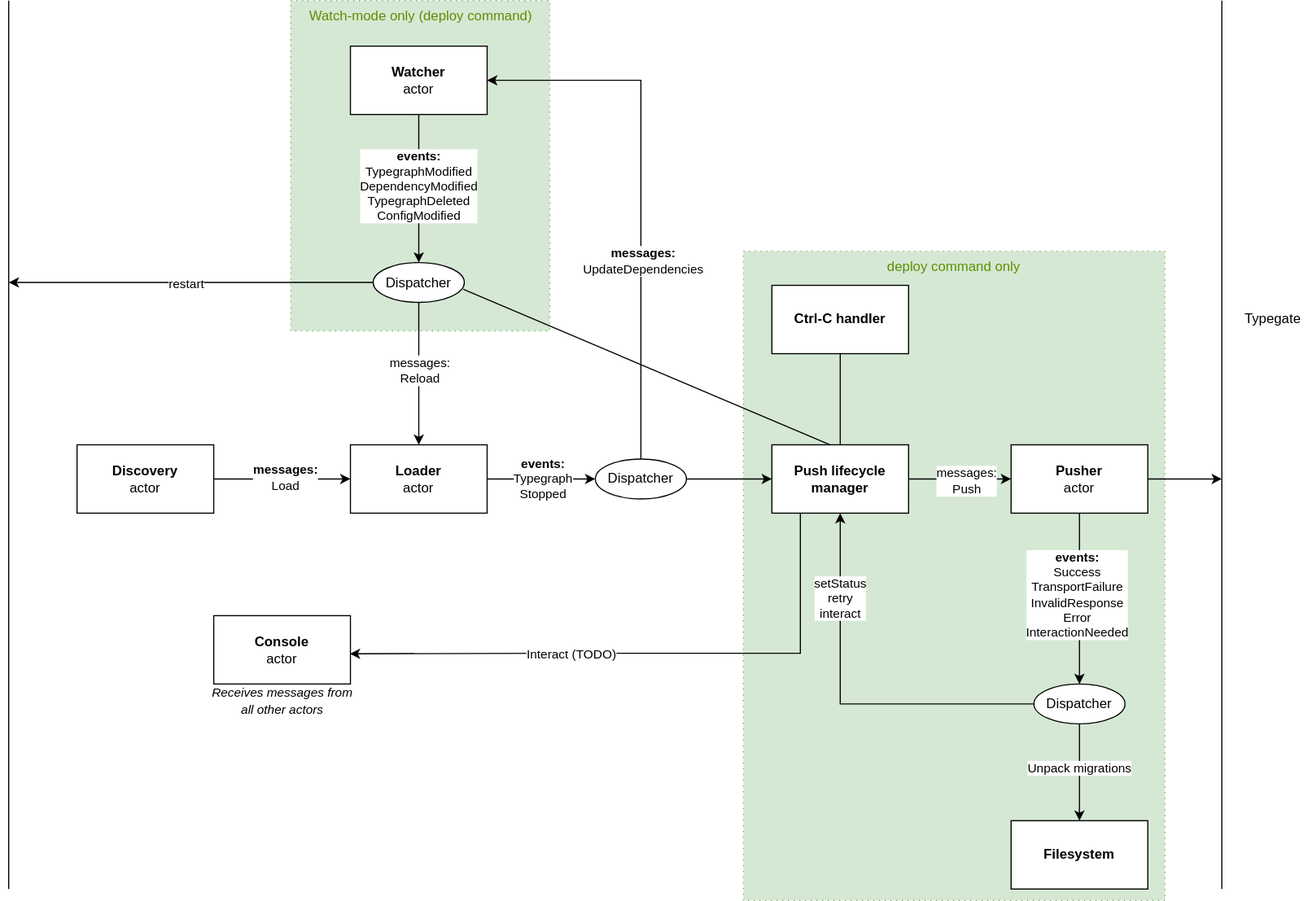
Earlier version of the draw.io export meta-cli/src/deploy/actor-model.drawio.svg (metatypedev/metatype). Source tidied: cells renumbered, new cells last; positions are measured from the earlier drawing's top-left corner, leaving out a move shared by most shapes.
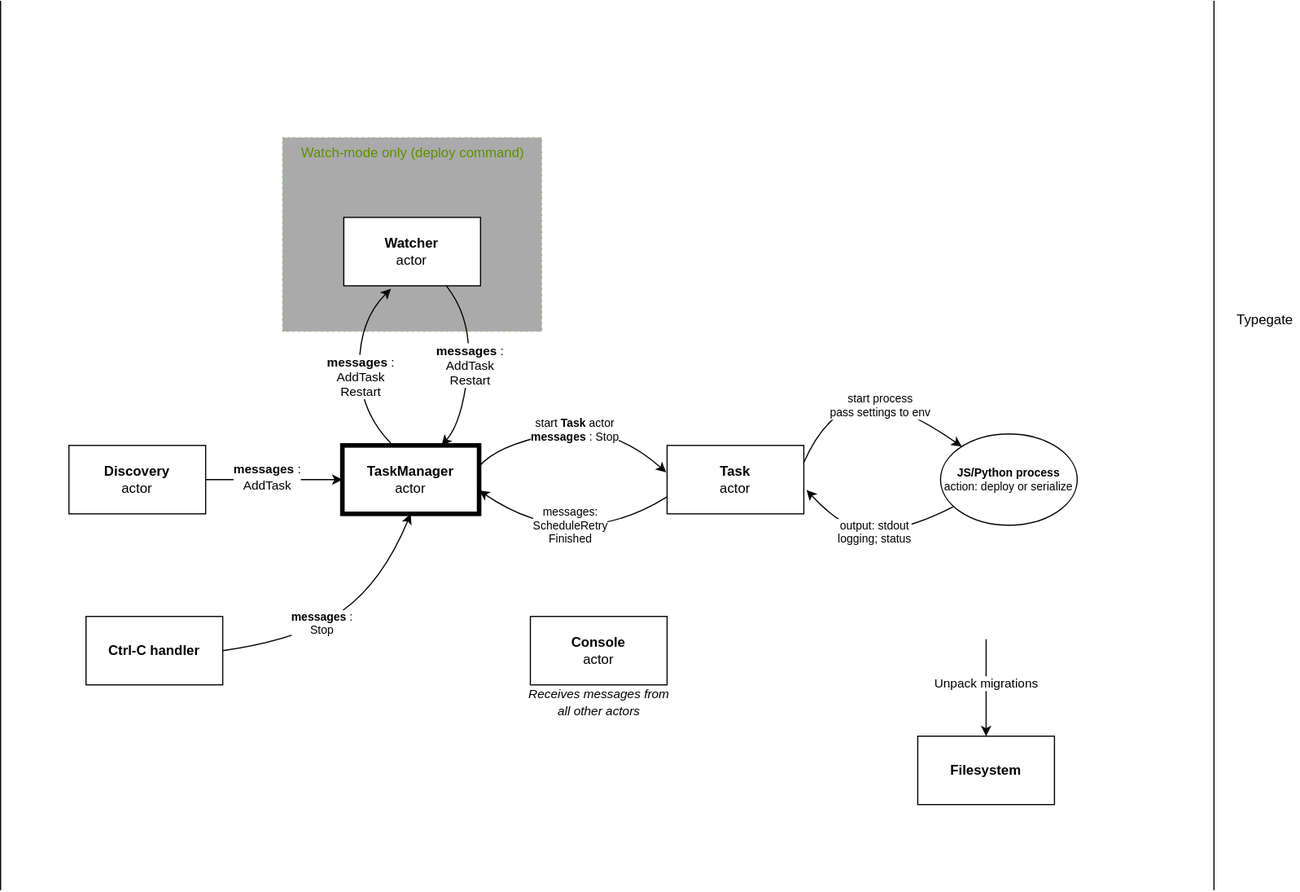
The same diagram one commit later.

Commit message:
(doc) update actor model diagram

Change to the diagram source:
```diff
@@ -2,91 +2,27 @@
   <root>
     <mxCell id="0" />
     <mxCell id="1" parent="0" />
-    <mxCell id="2" value="&lt;font color=&quot;#5d8f00&quot;&gt;deploy command only&lt;/font&gt;" style="rounded=0;whiteSpace=wrap;html=1;dashed=1;dashPattern=1 4;verticalAlign=top;fillColor=#d5e8d4;strokeColor=#82b366;" parent="1" vertex="1">
-      <mxGeometry x="645" y="220" width="370" height="570" as="geometry" />
-    </mxCell>
-    <mxCell id="3" value="&lt;font color=&quot;#5d8f00&quot;&gt;Watch-mode only (deploy command)&lt;/font&gt;" style="rounded=0;whiteSpace=wrap;html=1;dashed=1;dashPattern=1 4;verticalAlign=top;fillColor=#d5e8d4;strokeColor=#82b366;" parent="1" vertex="1">
-      <mxGeometry x="247.5" width="227.5" height="290" as="geometry" />
+    <mxCell id="3" value="&lt;font color=&quot;#5d8f00&quot;&gt;Watch-mode only (deploy command)&lt;/font&gt;" style="rounded=0;whiteSpace=wrap;html=1;dashed=1;dashPattern=1 4;verticalAlign=top;fillColor=#aaa;strokeColor=#82b366;" parent="1" vertex="1">
+      <mxGeometry x="247.5" y="120" width="227.5" height="170" as="geometry" />
     </mxCell>
     <mxCell id="4" value="&lt;b&gt;Console&lt;/b&gt;&lt;br&gt;actor" style="rounded=0;whiteSpace=wrap;html=1;" parent="1" vertex="1">
-      <mxGeometry x="180" y="540" width="120" height="60" as="geometry" />
+      <mxGeometry x="465" y="540" width="120" height="60" as="geometry" />
     </mxCell>
-    <mxCell id="5" style="edgeStyle=orthogonalEdgeStyle;rounded=0;jettySize=auto;html=1;entryX=0;entryY=0.5;entryDx=0;entryDy=0;" parent="1" edge="1" source="7" target="10">
+    <mxCell id="5" style="edgeStyle=none;html=1;entryX=0;entryY=0.5;entryDx=0;entryDy=0;" parent="1" edge="1" source="7" target="10">
       <mxGeometry relative="1" as="geometry" />
     </mxCell>
-    <mxCell id="6" value="&lt;b&gt;messages:&lt;/b&gt;&lt;br&gt;Load" style="edgeLabel;html=1;align=center;verticalAlign=middle;" parent="5" vertex="1">
-      <mxGeometry x="0.05" y="1" relative="1" as="geometry" />
-    </mxCell>
+    <mxCell id="45" value="&lt;b&gt;messages&lt;/b&gt;:&lt;br&gt;AddTask" style="edgeLabel;html=1;align=center;verticalAlign=middle;" parent="5" vertex="1">
+      <mxGeometry x="-0.1" y="2" relative="1" as="geometry" />
+    </mxCell>
     <mxCell id="7" value="&lt;b&gt;Discovery&lt;/b&gt;&lt;br&gt;actor" style="rounded=0;whiteSpace=wrap;html=1;" parent="1" vertex="1">
       <mxGeometry x="60" y="390" width="120" height="60" as="geometry" />
     </mxCell>
-    <mxCell id="8" style="edgeStyle=orthogonalEdgeStyle;rounded=0;jettySize=auto;html=1;entryX=0;entryY=0.5;entryDx=0;entryDy=0;" parent="1" edge="1" source="10" target="12">
-      <mxGeometry relative="1" as="geometry" />
-    </mxCell>
-    <mxCell id="9" value="&lt;b&gt;events:&lt;/b&gt;&lt;br&gt;Typegraph&lt;br&gt;Stopped" style="edgeLabel;html=1;align=center;verticalAlign=middle;" parent="8" vertex="1">
-      <mxGeometry x="0.03" y="1" relative="1" as="geometry">
-        <mxPoint y="1" as="offset" />
-      </mxGeometry>
-    </mxCell>
-    <mxCell id="10" value="&lt;b&gt;Loader&lt;/b&gt;&lt;br&gt;actor" style="rounded=0;whiteSpace=wrap;html=1;" parent="1" vertex="1">
+    <mxCell id="10" value="&lt;b&gt;TaskManager&lt;/b&gt;&lt;br&gt;actor" style="rounded=0;whiteSpace=wrap;html=1;strokeWidth=4;" parent="1" vertex="1">
       <mxGeometry x="300" y="390" width="120" height="60" as="geometry" />
     </mxCell>
-    <mxCell id="11" style="edgeStyle=orthogonalEdgeStyle;rounded=0;jettySize=auto;html=1;" parent="1" edge="1" source="12" target="32">
-      <mxGeometry relative="1" as="geometry" />
-    </mxCell>
-    <mxCell id="12" value="Dispatcher" style="ellipse;whiteSpace=wrap;html=1;" parent="1" vertex="1">
-      <mxGeometry x="515" y="402.5" width="80" height="35" as="geometry" />
-    </mxCell>
-    <mxCell id="13" style="edgeStyle=orthogonalEdgeStyle;rounded=0;jettySize=auto;html=1;" parent="1" edge="1" source="16">
-      <mxGeometry relative="1" as="geometry">
-        <mxPoint x="1065" y="420" as="targetPoint" />
-      </mxGeometry>
-    </mxCell>
-    <mxCell id="14" style="edgeStyle=orthogonalEdgeStyle;rounded=0;jettySize=auto;html=1;entryX=0.5;entryY=0;entryDx=0;entryDy=0;" parent="1" edge="1" source="16" target="38">
-      <mxGeometry relative="1" as="geometry" />
-    </mxCell>
-    <mxCell id="15" value="&lt;b&gt;events:&lt;/b&gt;&lt;br&gt;Success&lt;br&gt;TransportFailure&lt;br&gt;InvalidResponse&lt;br&gt;Error&lt;br&gt;InteractionNeeded" style="edgeLabel;html=1;align=center;verticalAlign=middle;" parent="14" vertex="1">
-      <mxGeometry x="-0.04" y="-2" relative="1" as="geometry" />
-    </mxCell>
-    <mxCell id="16" value="&lt;b&gt;Pusher&lt;/b&gt;&lt;br&gt;actor" style="rounded=0;whiteSpace=wrap;html=1;" parent="1" vertex="1">
-      <mxGeometry x="880" y="390" width="120" height="60" as="geometry" />
-    </mxCell>
-    <mxCell id="17" style="edgeStyle=orthogonalEdgeStyle;rounded=0;jettySize=auto;html=1;entryX=0.5;entryY=0;entryDx=0;entryDy=0;labelBackgroundColor=none;" parent="1" edge="1" source="19" target="22">
-      <mxGeometry relative="1" as="geometry" />
-    </mxCell>
-    <mxCell id="18" value="&lt;b&gt;events:&lt;/b&gt;&lt;br&gt;TypegraphModified&lt;br&gt;DependencyModified&lt;br&gt;TypegraphDeleted&lt;br&gt;ConfigModified" style="edgeLabel;html=1;align=center;verticalAlign=middle;" parent="17" vertex="1">
-      <mxGeometry x="-0.03" relative="1" as="geometry" />
-    </mxCell>
     <mxCell id="19" value="&lt;b&gt;Watcher&lt;/b&gt;&lt;br&gt;actor" style="rounded=0;whiteSpace=wrap;html=1;" parent="1" vertex="1">
-      <mxGeometry x="300" y="40" width="120" height="60" as="geometry" />
+      <mxGeometry x="301.2" y="190" width="120" height="60" as="geometry" />
     </mxCell>
-    <mxCell id="20" style="edgeStyle=orthogonalEdgeStyle;rounded=0;jettySize=auto;html=1;" parent="1" edge="1" source="22">
-      <mxGeometry relative="1" as="geometry">
-        <mxPoint y="247.5" as="targetPoint" />
-      </mxGeometry>
-    </mxCell>
-    <mxCell id="21" value="restart" style="edgeLabel;html=1;align=center;verticalAlign=middle;" parent="20" vertex="1">
-      <mxGeometry x="0.03" y="1" relative="1" as="geometry" />
-    </mxCell>
-    <mxCell id="22" value="Dispatcher" style="ellipse;whiteSpace=wrap;html=1;" parent="1" vertex="1">
-      <mxGeometry x="320" y="230" width="80" height="35" as="geometry" />
-    </mxCell>
-    <mxCell id="23" style="edgeStyle=orthogonalEdgeStyle;rounded=0;jettySize=auto;html=1;entryX=0.5;entryY=0;entryDx=0;entryDy=0;" parent="1" edge="1" source="22" target="10">
-      <mxGeometry relative="1" as="geometry" />
-    </mxCell>
-    <mxCell id="24" value="messages:&lt;br&gt;Reload" style="edgeLabel;html=1;align=center;verticalAlign=middle;" parent="23" vertex="1">
-      <mxGeometry x="-0.05" y="1" relative="1" as="geometry" />
-    </mxCell>
-    <mxCell id="25" style="edgeStyle=orthogonalEdgeStyle;rounded=0;jettySize=auto;html=1;entryX=1;entryY=0.5;entryDx=0;entryDy=0;" parent="1" edge="1" source="12" target="19">
-      <mxGeometry relative="1" as="geometry">
-        <Array as="points">
-          <mxPoint x="555" y="70" />
-        </Array>
-      </mxGeometry>
-    </mxCell>
-    <mxCell id="26" value="&lt;b&gt;messages:&lt;/b&gt;&lt;br&gt;UpdateDependencies" style="edgeLabel;html=1;align=center;verticalAlign=middle;" parent="25" vertex="1">
-      <mxGeometry x="-0.26" y="-2" relative="1" as="geometry" />
-    </mxCell>
     <mxCell id="27" style="endArrow=none;html=1;rounded=0;" parent="1" edge="1">
       <mxGeometry relative="1" as="geometry">
         <mxPoint x="1065" y="780" as="sourcePoint" />
@@ -102,57 +38,109 @@
         <mxPoint as="targetPoint" />
       </mxGeometry>
     </mxCell>
-    <mxCell id="30" style="edgeStyle=orthogonalEdgeStyle;rounded=0;jettySize=auto;html=1;entryX=0;entryY=0.5;entryDx=0;entryDy=0;" parent="1" edge="1" source="32" target="16">
-      <mxGeometry relative="1" as="geometry" />
-    </mxCell>
-    <mxCell id="31" value="messages:&lt;br&gt;Push" style="edgeLabel;html=1;align=center;verticalAlign=middle;" parent="30" vertex="1">
-      <mxGeometry x="0.12" y="-1" relative="1" as="geometry">
-        <mxPoint y="1" as="offset" />
-      </mxGeometry>
-    </mxCell>
-    <mxCell id="32" value="&lt;b&gt;Push lifecycle manager&lt;/b&gt;" style="rounded=0;whiteSpace=wrap;html=1;" parent="1" vertex="1">
-      <mxGeometry x="670" y="390" width="120" height="60" as="geometry" />
-    </mxCell>
     <mxCell id="33" value="&lt;b&gt;Ctrl-C handler&lt;/b&gt;" style="rounded=0;whiteSpace=wrap;html=1;" parent="1" vertex="1">
-      <mxGeometry x="670" y="250" width="120" height="60" as="geometry" />
+      <mxGeometry x="75" y="540" width="120" height="60" as="geometry" />
     </mxCell>
-    <mxCell id="34" style="endArrow=none;html=1;rounded=0;entryX=0.5;entryY=1;entryDx=0;entryDy=0;exitX=0.5;exitY=0;exitDx=0;exitDy=0;" parent="1" edge="1" source="32" target="33">
-      <mxGeometry relative="1" as="geometry" />
-    </mxCell>
-    <mxCell id="35" style="endArrow=none;html=1;rounded=0;exitX=0.425;exitY=0;exitDx=0;exitDy=0;exitPerimeter=0;entryX=0.988;entryY=0.671;entryDx=0;entryDy=0;entryPerimeter=0;" parent="1" edge="1" source="32" target="22">
-      <mxGeometry relative="1" as="geometry" />
-    </mxCell>
-    <mxCell id="36" style="edgeStyle=orthogonalEdgeStyle;rounded=0;jettySize=auto;html=1;entryX=0.5;entryY=1;entryDx=0;entryDy=0;" parent="1" edge="1" source="38" target="32">
-      <mxGeometry relative="1" as="geometry" />
-    </mxCell>
-    <mxCell id="37" value="setStatus&lt;br&gt;retry&lt;br&gt;interact" style="edgeLabel;html=1;align=center;verticalAlign=middle;" parent="36" vertex="1">
-      <mxGeometry x="0.56" relative="1" as="geometry" />
-    </mxCell>
-    <mxCell id="38" value="Dispatcher" style="ellipse;whiteSpace=wrap;html=1;" parent="1" vertex="1">
-      <mxGeometry x="900" y="600" width="80" height="35" as="geometry" />
-    </mxCell>
     <mxCell id="39" value="&lt;b&gt;Filesystem&lt;/b&gt;" style="rounded=0;whiteSpace=wrap;html=1;" parent="1" vertex="1">
-      <mxGeometry x="880" y="720" width="120" height="60" as="geometry" />
+      <mxGeometry x="805" y="645" width="120" height="60" as="geometry" />
     </mxCell>
-    <mxCell id="40" style="edgeStyle=orthogonalEdgeStyle;rounded=0;jettySize=auto;html=1;entryX=0.5;entryY=0;entryDx=0;entryDy=0;" parent="1" edge="1" source="38" target="39">
-      <mxGeometry relative="1" as="geometry" />
+    <mxCell id="40" style="edgeStyle=orthogonalEdgeStyle;rounded=0;jettySize=auto;html=1;entryX=0.5;entryY=0;entryDx=0;entryDy=0;" parent="1" edge="1" target="39">
+      <mxGeometry relative="1" as="geometry">
+        <mxPoint x="865" y="560" as="sourcePoint" />
+      </mxGeometry>
     </mxCell>
     <mxCell id="41" value="Unpack migrations" style="edgeLabel;html=1;align=center;verticalAlign=middle;" parent="40" vertex="1">
       <mxGeometry x="-0.09" relative="1" as="geometry" />
     </mxCell>
     <mxCell id="42" value="&lt;font size=&quot;1&quot; style=&quot;&quot;&gt;&lt;i style=&quot;font-size: 11px;&quot;&gt;Receives messages from all other actors&lt;/i&gt;&lt;/font&gt;" style="text;html=1;strokeColor=none;fillColor=none;align=center;verticalAlign=middle;whiteSpace=wrap;rounded=0;" parent="1" vertex="1">
-      <mxGeometry x="173.8" y="600" width="132.5" height="30" as="geometry" />
+      <mxGeometry x="458.8" y="600" width="132.5" height="30" as="geometry" />
     </mxCell>
-    <mxCell id="43" style="edgeStyle=orthogonalEdgeStyle;rounded=0;jettySize=auto;html=1;entryX=0.996;entryY=0.558;entryDx=0;entryDy=0;entryPerimeter=0;" parent="1" edge="1" source="32" target="4">
-      <mxGeometry relative="1" as="geometry">
-        <Array as="points">
-          <mxPoint x="695" y="573" />
-          <mxPoint x="485" y="573" />
-        </Array>
-      </mxGeometry>
-    </mxCell>
-    <mxCell id="44" value="Interact (TODO)" style="edgeLabel;html=1;align=center;verticalAlign=middle;" parent="43" vertex="1">
-      <mxGeometry x="0.25" y="1" relative="1" as="geometry" />
-    </mxCell>
+    <mxCell id="46" style="curved=1;endArrow=classic;html=1;exitX=0.75;exitY=1;exitDx=0;exitDy=0;" parent="1" edge="1" source="19" target="10">
+      <mxGeometry relative="1" as="geometry">
+        <Array as="points">
+          <mxPoint x="415" y="280" />
+          <mxPoint x="405" y="370" />
+        </Array>
+      </mxGeometry>
+    </mxCell>
+    <mxCell id="47" value="&lt;b&gt;messages&lt;/b&gt;:&lt;br&gt;AddTask&lt;br&gt;Restart" style="edgeLabel;html=1;align=center;verticalAlign=middle;" parent="46" vertex="1">
+      <mxGeometry x="-0.21" y="-1" relative="1" as="geometry">
+        <mxPoint y="17" as="offset" />
+      </mxGeometry>
+    </mxCell>
+    <mxCell id="48" style="curved=1;endArrow=classic;html=1;exitX=0.356;exitY=-0.028;exitDx=0;exitDy=0;entryX=0.345;entryY=1.043;entryDx=0;entryDy=0;exitPerimeter=0;entryPerimeter=0;" parent="1" edge="1" source="10" target="19">
+      <mxGeometry relative="1" as="geometry">
+        <Array as="points">
+          <mxPoint x="315" y="360" />
+          <mxPoint x="315" y="280" />
+        </Array>
+      </mxGeometry>
+    </mxCell>
+    <mxCell id="49" value="&lt;b&gt;messages&lt;/b&gt;:&lt;br&gt;AddTask&lt;br&gt;Restart" style="edgeLabel;html=1;align=center;verticalAlign=middle;" parent="48" vertex="1">
+      <mxGeometry x="-0.21" y="-1" relative="1" as="geometry">
+        <mxPoint y="-7" as="offset" />
+      </mxGeometry>
+    </mxCell>
+    <mxCell id="50" value="&lt;b&gt;Task&lt;/b&gt;&lt;br&gt;actor" style="rounded=0;whiteSpace=wrap;html=1;" parent="1" vertex="1">
+      <mxGeometry x="585" y="390" width="120" height="60" as="geometry" />
+    </mxCell>
+    <mxCell id="51" value="&lt;b&gt;JS/Python process&lt;/b&gt;&lt;br&gt;action: deploy or serialize" style="ellipse;whiteSpace=wrap;html=1;fontSize=10;" parent="1" vertex="1">
+      <mxGeometry x="825" y="380" width="120" height="80" as="geometry" />
+    </mxCell>
+    <mxCell id="52" style="curved=1;endArrow=classic;html=1;fontSize=10;exitX=1;exitY=0.25;exitDx=0;exitDy=0;" parent="1" edge="1" source="50" target="51">
+      <mxGeometry relative="1" as="geometry">
+        <Array as="points">
+          <mxPoint x="725" y="360" />
+          <mxPoint x="785" y="350" />
+        </Array>
+      </mxGeometry>
+    </mxCell>
+    <mxCell id="53" value="start process&lt;br&gt;pass settings to env" style="edgeLabel;html=1;align=center;verticalAlign=middle;fontSize=10;" parent="52" vertex="1">
+      <mxGeometry x="0.06" y="-3" relative="1" as="geometry" />
+    </mxCell>
+    <mxCell id="54" style="curved=1;endArrow=classic;html=1;fontSize=10;entryX=1.02;entryY=0.65;entryDx=0;entryDy=0;entryPerimeter=0;exitX=0.092;exitY=0.798;exitDx=0;exitDy=0;exitPerimeter=0;" parent="1" edge="1" source="51" target="50">
+      <mxGeometry relative="1" as="geometry">
+        <Array as="points">
+          <mxPoint x="805" y="460" />
+          <mxPoint x="745" y="470" />
+        </Array>
+      </mxGeometry>
+    </mxCell>
+    <mxCell id="55" value="output: stdout&lt;br&gt;logging; status" style="edgeLabel;html=1;align=center;verticalAlign=middle;fontSize=10;" parent="54" vertex="1">
+      <mxGeometry x="-0.03" y="-1" relative="1" as="geometry" />
+    </mxCell>
+    <mxCell id="56" style="curved=1;endArrow=classic;html=1;fontSize=10;entryX=0.5;entryY=1;entryDx=0;entryDy=0;exitX=1;exitY=0.5;exitDx=0;exitDy=0;" parent="1" edge="1" source="33" target="10">
+      <mxGeometry relative="1" as="geometry">
+        <Array as="points">
+          <mxPoint x="265" y="560" />
+          <mxPoint x="335" y="510" />
+        </Array>
+      </mxGeometry>
+    </mxCell>
+    <mxCell id="57" value="&lt;b&gt;messages&lt;/b&gt;:&lt;br&gt;Stop" style="edgeLabel;html=1;align=center;verticalAlign=middle;fontSize=10;" parent="56" vertex="1">
+      <mxGeometry x="-0.17" y="2" relative="1" as="geometry" />
+    </mxCell>
+    <mxCell id="58" style="curved=1;endArrow=classic;html=1;fontSize=10;entryX=-0.006;entryY=0.394;entryDx=0;entryDy=0;entryPerimeter=0;exitX=0.997;exitY=0.314;exitDx=0;exitDy=0;exitPerimeter=0;" parent="1" edge="1" source="10" target="50">
+      <mxGeometry relative="1" as="geometry">
+        <Array as="points">
+          <mxPoint x="435" y="390" />
+          <mxPoint x="535" y="370" />
+        </Array>
+      </mxGeometry>
+    </mxCell>
+    <mxCell id="59" value="start &lt;b&gt;Task&lt;/b&gt; actor&lt;br&gt;&lt;b&gt;messages&lt;/b&gt;: Stop" style="edgeLabel;html=1;align=center;verticalAlign=middle;fontSize=10;" parent="58" vertex="1">
+      <mxGeometry x="-0.02" relative="1" as="geometry" />
+    </mxCell>
+    <mxCell id="60" style="curved=1;endArrow=classic;html=1;fontSize=10;entryX=1.001;entryY=0.658;entryDx=0;entryDy=0;exitX=0;exitY=0.75;exitDx=0;exitDy=0;entryPerimeter=0;" parent="1" edge="1" source="50" target="10">
+      <mxGeometry relative="1" as="geometry">
+        <Array as="points">
+          <mxPoint x="545" y="460" />
+          <mxPoint x="465" y="460" />
+        </Array>
+      </mxGeometry>
+    </mxCell>
+    <mxCell id="61" value="messages:&lt;br&gt;ScheduleRetry&lt;br&gt;Finished" style="edgeLabel;html=1;align=center;verticalAlign=middle;fontSize=10;" parent="60" vertex="1">
+      <mxGeometry x="0.02" relative="1" as="geometry" />
+    </mxCell>
   </root>
 </mxGraphModel>
```
